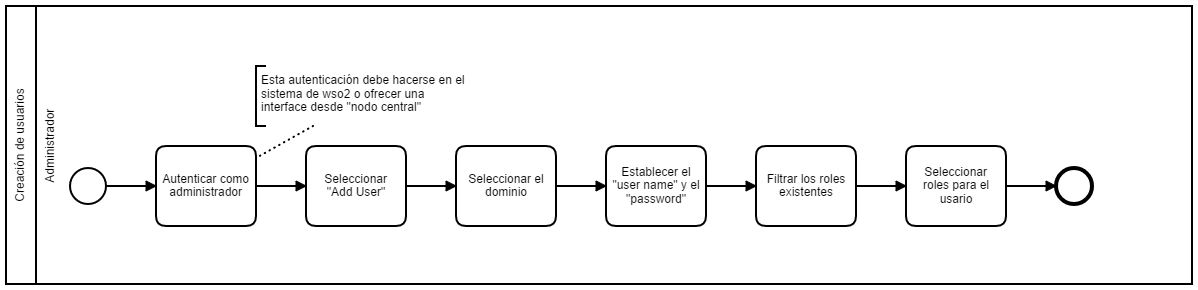
The BPMN diagram configuracion/imagenes/creacion_usuario.png in udistrital/arquitectura_docs, before a commit. Its source is kept beside it as configuracion/imagenes/creacion_usuario.bpmn. Ids are renumbered. Its diagram source:
```xml
<bpmn:definitions xmlns:bpmn="http://www.omg.org/spec/BPMN/20100524/MODEL" xmlns:bpmndi="http://www.omg.org/spec/BPMN/20100524/DI" xmlns:di="http://www.omg.org/spec/DD/20100524/DI" xmlns:dc="http://www.omg.org/spec/DD/20100524/DC" id="Definitions_n1" targetNamespace="http://bpmn.io/schema/bpmn" exporter="Camunda Modeler" exporterVersion="1.14.0">
  <bpmn:collaboration id="Collaboration_n2">
    <bpmn:participant id="Participant_n3" name="Creación de usuarios" processRef="Process_1" />
  </bpmn:collaboration>
  <bpmn:process id="Process_1" isExecutable="true">
    <bpmn:laneSet>
      <bpmn:lane id="Lane_n4" name="Administrador">
        <bpmn:flowNodeRef>StartEvent_1</bpmn:flowNodeRef>
        <bpmn:flowNodeRef>Task_n5</bpmn:flowNodeRef>
        <bpmn:flowNodeRef>Task_n6</bpmn:flowNodeRef>
        <bpmn:flowNodeRef>Task_n7</bpmn:flowNodeRef>
        <bpmn:flowNodeRef>Task_n8</bpmn:flowNodeRef>
        <bpmn:flowNodeRef>Task_n9</bpmn:flowNodeRef>
        <bpmn:flowNodeRef>Task_n10</bpmn:flowNodeRef>
        <bpmn:flowNodeRef>EndEvent_n11</bpmn:flowNodeRef>
      </bpmn:lane>
    </bpmn:laneSet>
    <bpmn:startEvent id="StartEvent_1">
      <bpmn:outgoing>SequenceFlow_n12</bpmn:outgoing>
    </bpmn:startEvent>
    <bpmn:task id="Task_n5" name="Autenticar como administrador">
      <bpmn:incoming>SequenceFlow_n12</bpmn:incoming>
      <bpmn:outgoing>SequenceFlow_n13</bpmn:outgoing>
    </bpmn:task>
    <bpmn:sequenceFlow id="SequenceFlow_n12" sourceRef="StartEvent_1" targetRef="Task_n5" />
    <bpmn:task id="Task_n6" name="Seleccionar &#34;Add User&#34;">
      <bpmn:incoming>SequenceFlow_n13</bpmn:incoming>
      <bpmn:outgoing>SequenceFlow_n14</bpmn:outgoing>
    </bpmn:task>
    <bpmn:sequenceFlow id="SequenceFlow_n13" sourceRef="Task_n5" targetRef="Task_n6" />
    <bpmn:task id="Task_n7" name="Seleccionar el dominio">
      <bpmn:incoming>SequenceFlow_n14</bpmn:incoming>
      <bpmn:outgoing>SequenceFlow_n15</bpmn:outgoing>
    </bpmn:task>
    <bpmn:sequenceFlow id="SequenceFlow_n14" sourceRef="Task_n6" targetRef="Task_n7" />
    <bpmn:task id="Task_n8" name="Establecer el &#34;user name&#34; y el &#34;password&#34;">
      <bpmn:incoming>SequenceFlow_n15</bpmn:incoming>
      <bpmn:outgoing>SequenceFlow_n16</bpmn:outgoing>
    </bpmn:task>
    <bpmn:sequenceFlow id="SequenceFlow_n15" sourceRef="Task_n7" targetRef="Task_n8" />
    <bpmn:task id="Task_n9" name="Filtrar los roles existentes">
      <bpmn:incoming>SequenceFlow_n16</bpmn:incoming>
      <bpmn:outgoing>SequenceFlow_n17</bpmn:outgoing>
    </bpmn:task>
    <bpmn:sequenceFlow id="SequenceFlow_n16" sourceRef="Task_n8" targetRef="Task_n9" />
    <bpmn:task id="Task_n10" name="Seleccionar roles para el usario">
      <bpmn:incoming>SequenceFlow_n17</bpmn:incoming>
      <bpmn:outgoing>SequenceFlow_n18</bpmn:outgoing>
    </bpmn:task>
    <bpmn:sequenceFlow id="SequenceFlow_n17" sourceRef="Task_n9" targetRef="Task_n10" />
    <bpmn:endEvent id="EndEvent_n11">
      <bpmn:incoming>SequenceFlow_n18</bpmn:incoming>
    </bpmn:endEvent>
    <bpmn:sequenceFlow id="SequenceFlow_n18" sourceRef="Task_n10" targetRef="EndEvent_n11" />
    <bpmn:textAnnotation id="TextAnnotation_n19">
      <bpmn:text>Esta autenticación debe hacerse en el sistema de wso2 o ofrecer una interface desde "nodo central"</bpmn:text>
    </bpmn:textAnnotation>
    <bpmn:association id="Association_n20" sourceRef="Task_n5" targetRef="TextAnnotation_n19" />
  </bpmn:process>
  <bpmndi:BPMNDiagram id="BPMNDiagram_1">
    <bpmndi:BPMNPlane id="BPMNPlane_1" bpmnElement="Collaboration_n2">
      <bpmndi:BPMNShape id="Participant_n3_di" bpmnElement="Participant_n3">
        <dc:Bounds x="123" y="-10" width="1186" height="278" />
      </bpmndi:BPMNShape>
      <bpmndi:BPMNShape id="_BPMNShape_StartEvent_2" bpmnElement="StartEvent_1">
        <dc:Bounds x="187" y="152" width="36" height="36" />
        <bpmndi:BPMNLabel>
          <dc:Bounds x="160" y="188" width="90" height="20" />
        </bpmndi:BPMNLabel>
      </bpmndi:BPMNShape>
      <bpmndi:BPMNShape id="Lane_n4_di" bpmnElement="Lane_n4">
        <dc:Bounds x="153" y="-10" width="1156" height="278" />
      </bpmndi:BPMNShape>
      <bpmndi:BPMNShape id="Task_n5_di" bpmnElement="Task_n5">
        <dc:Bounds x="273" y="130" width="100" height="80" />
      </bpmndi:BPMNShape>
      <bpmndi:BPMNEdge id="SequenceFlow_n12_di" bpmnElement="SequenceFlow_n12">
        <di:waypoint x="223" y="170" />
        <di:waypoint x="273" y="170" />
        <bpmndi:BPMNLabel>
          <dc:Bounds x="248" y="149" width="0" height="12" />
        </bpmndi:BPMNLabel>
      </bpmndi:BPMNEdge>
      <bpmndi:BPMNShape id="Task_n6_di" bpmnElement="Task_n6">
        <dc:Bounds x="423" y="130" width="100" height="80" />
      </bpmndi:BPMNShape>
      <bpmndi:BPMNEdge id="SequenceFlow_n13_di" bpmnElement="SequenceFlow_n13">
        <di:waypoint x="373" y="170" />
        <di:waypoint x="423" y="170" />
        <bpmndi:BPMNLabel>
          <dc:Bounds x="398" y="149" width="0" height="12" />
        </bpmndi:BPMNLabel>
      </bpmndi:BPMNEdge>
      <bpmndi:BPMNShape id="Task_n7_di" bpmnElement="Task_n7">
        <dc:Bounds x="573" y="130" width="100" height="80" />
      </bpmndi:BPMNShape>
      <bpmndi:BPMNEdge id="SequenceFlow_n14_di" bpmnElement="SequenceFlow_n14">
        <di:waypoint x="523" y="170" />
        <di:waypoint x="573" y="170" />
        <bpmndi:BPMNLabel>
          <dc:Bounds x="548" y="149" width="0" height="12" />
        </bpmndi:BPMNLabel>
      </bpmndi:BPMNEdge>
      <bpmndi:BPMNShape id="Task_n8_di" bpmnElement="Task_n8">
        <dc:Bounds x="723" y="130" width="100" height="80" />
      </bpmndi:BPMNShape>
      <bpmndi:BPMNEdge id="SequenceFlow_n15_di" bpmnElement="SequenceFlow_n15">
        <di:waypoint x="673" y="170" />
        <di:waypoint x="723" y="170" />
        <bpmndi:BPMNLabel>
          <dc:Bounds x="698" y="149" width="0" height="12" />
        </bpmndi:BPMNLabel>
      </bpmndi:BPMNEdge>
      <bpmndi:BPMNShape id="Task_n9_di" bpmnElement="Task_n9">
        <dc:Bounds x="873" y="130" width="100" height="80" />
      </bpmndi:BPMNShape>
      <bpmndi:BPMNEdge id="SequenceFlow_n16_di" bpmnElement="SequenceFlow_n16">
        <di:waypoint x="823" y="170" />
        <di:waypoint x="873" y="170" />
        <bpmndi:BPMNLabel>
          <dc:Bounds x="848" y="149" width="0" height="12" />
        </bpmndi:BPMNLabel>
      </bpmndi:BPMNEdge>
      <bpmndi:BPMNShape id="Task_n10_di" bpmnElement="Task_n10">
        <dc:Bounds x="1023" y="130" width="100" height="80" />
      </bpmndi:BPMNShape>
      <bpmndi:BPMNEdge id="SequenceFlow_n17_di" bpmnElement="SequenceFlow_n17">
        <di:waypoint x="973" y="170" />
        <di:waypoint x="1023" y="170" />
        <bpmndi:BPMNLabel>
          <dc:Bounds x="998" y="149" width="0" height="12" />
        </bpmndi:BPMNLabel>
      </bpmndi:BPMNEdge>
      <bpmndi:BPMNShape id="EndEvent_n11_di" bpmnElement="EndEvent_n11">
        <dc:Bounds x="1173" y="152" width="36" height="36" />
        <bpmndi:BPMNLabel>
          <dc:Bounds x="1191" y="192" width="0" height="12" />
        </bpmndi:BPMNLabel>
      </bpmndi:BPMNShape>
      <bpmndi:BPMNEdge id="SequenceFlow_n18_di" bpmnElement="SequenceFlow_n18">
        <di:waypoint x="1123" y="170" />
        <di:waypoint x="1173" y="170" />
        <bpmndi:BPMNLabel>
          <dc:Bounds x="1148" y="149" width="0" height="12" />
        </bpmndi:BPMNLabel>
      </bpmndi:BPMNEdge>
      <bpmndi:BPMNShape id="TextAnnotation_n19_di" bpmnElement="TextAnnotation_n19">
        <dc:Bounds x="373" y="50" width="220" height="60" />
      </bpmndi:BPMNShape>
      <bpmndi:BPMNEdge id="Association_n20_di" bpmnElement="Association_n20">
        <di:waypoint x="373" y="142" />
        <di:waypoint x="430" y="110" />
      </bpmndi:BPMNEdge>
    </bpmndi:BPMNPlane>
  </bpmndi:BPMNDiagram>
</bpmn:definitions>
```
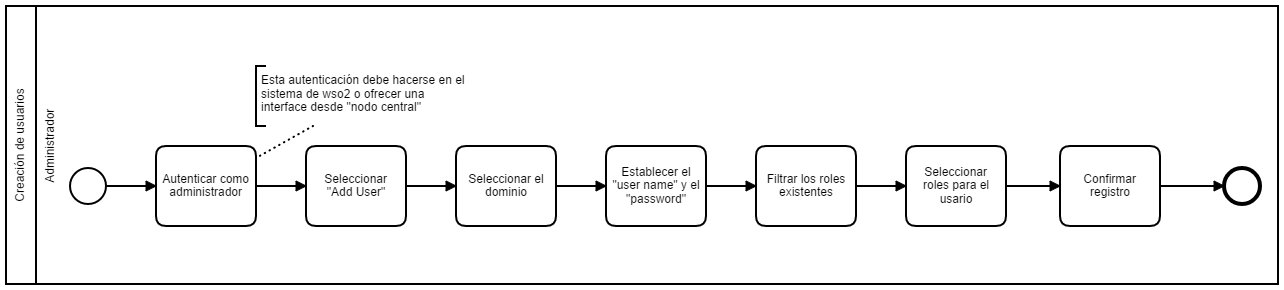
Later version of the same file.

Commit message:
confirmar registro en procesos

Change to the diagram source:
```diff
@@ -12,6 +12,7 @@
         <bpmn:flowNodeRef>Task_n8</bpmn:flowNodeRef>
         <bpmn:flowNodeRef>Task_n9</bpmn:flowNodeRef>
         <bpmn:flowNodeRef>Task_n10</bpmn:flowNodeRef>
+        <bpmn:flowNodeRef>Task_n21</bpmn:flowNodeRef>
         <bpmn:flowNodeRef>EndEvent_n11</bpmn:flowNodeRef>
       </bpmn:lane>
     </bpmn:laneSet>
@@ -45,13 +46,18 @@
     <bpmn:sequenceFlow id="SequenceFlow_n16" sourceRef="Task_n8" targetRef="Task_n9" />
     <bpmn:task id="Task_n10" name="Seleccionar roles para el usario">
       <bpmn:incoming>SequenceFlow_n17</bpmn:incoming>
-      <bpmn:outgoing>SequenceFlow_n18</bpmn:outgoing>
+      <bpmn:outgoing>SequenceFlow_n22</bpmn:outgoing>
     </bpmn:task>
     <bpmn:sequenceFlow id="SequenceFlow_n17" sourceRef="Task_n9" targetRef="Task_n10" />
+    <bpmn:task id="Task_n21" name="Confirmar registro">
+      <bpmn:incoming>SequenceFlow_n22</bpmn:incoming>
+      <bpmn:outgoing>SequenceFlow_n23</bpmn:outgoing>
+    </bpmn:task>
     <bpmn:endEvent id="EndEvent_n11">
-      <bpmn:incoming>SequenceFlow_n18</bpmn:incoming>
+      <bpmn:incoming>SequenceFlow_n23</bpmn:incoming>
     </bpmn:endEvent>
-    <bpmn:sequenceFlow id="SequenceFlow_n18" sourceRef="Task_n10" targetRef="EndEvent_n11" />
+    <bpmn:sequenceFlow id="SequenceFlow_n22" sourceRef="Task_n10" targetRef="Task_n21" />
+    <bpmn:sequenceFlow id="SequenceFlow_n23" sourceRef="Task_n21" targetRef="EndEvent_n11" />
     <bpmn:textAnnotation id="TextAnnotation_n19">
       <bpmn:text>Esta autenticación debe hacerse en el sistema de wso2 o ofrecer una interface desde "nodo central"</bpmn:text>
     </bpmn:textAnnotation>
@@ -60,7 +66,7 @@
   <bpmndi:BPMNDiagram id="BPMNDiagram_1">
     <bpmndi:BPMNPlane id="BPMNPlane_1" bpmnElement="Collaboration_n2">
       <bpmndi:BPMNShape id="Participant_n3_di" bpmnElement="Participant_n3">
-        <dc:Bounds x="123" y="-10" width="1186" height="278" />
+        <dc:Bounds x="123" y="-10" width="1272" height="278" />
       </bpmndi:BPMNShape>
       <bpmndi:BPMNShape id="_BPMNShape_StartEvent_2" bpmnElement="StartEvent_1">
         <dc:Bounds x="187" y="152" width="36" height="36" />
@@ -69,7 +75,7 @@
         </bpmndi:BPMNLabel>
       </bpmndi:BPMNShape>
       <bpmndi:BPMNShape id="Lane_n4_di" bpmnElement="Lane_n4">
-        <dc:Bounds x="153" y="-10" width="1156" height="278" />
+        <dc:Bounds x="153" y="-10" width="1242" height="278" />
       </bpmndi:BPMNShape>
       <bpmndi:BPMNShape id="Task_n5_di" bpmnElement="Task_n5">
         <dc:Bounds x="273" y="130" width="100" height="80" />
@@ -132,18 +138,11 @@
         </bpmndi:BPMNLabel>
       </bpmndi:BPMNEdge>
       <bpmndi:BPMNShape id="EndEvent_n11_di" bpmnElement="EndEvent_n11">
-        <dc:Bounds x="1173" y="152" width="36" height="36" />
+        <dc:Bounds x="1341" y="152" width="36" height="36" />
         <bpmndi:BPMNLabel>
-          <dc:Bounds x="1191" y="192" width="0" height="12" />
+          <dc:Bounds x="1314" y="192" width="90" height="12" />
         </bpmndi:BPMNLabel>
       </bpmndi:BPMNShape>
-      <bpmndi:BPMNEdge id="SequenceFlow_n18_di" bpmnElement="SequenceFlow_n18">
-        <di:waypoint x="1123" y="170" />
-        <di:waypoint x="1173" y="170" />
-        <bpmndi:BPMNLabel>
-          <dc:Bounds x="1148" y="149" width="0" height="12" />
-        </bpmndi:BPMNLabel>
-      </bpmndi:BPMNEdge>
       <bpmndi:BPMNShape id="TextAnnotation_n19_di" bpmnElement="TextAnnotation_n19">
         <dc:Bounds x="373" y="50" width="220" height="60" />
       </bpmndi:BPMNShape>
@@ -151,6 +150,23 @@
         <di:waypoint x="373" y="142" />
         <di:waypoint x="430" y="110" />
       </bpmndi:BPMNEdge>
+      <bpmndi:BPMNShape id="Task_n21_di" bpmnElement="Task_n21">
+        <dc:Bounds x="1177" y="130" width="100" height="80" />
+      </bpmndi:BPMNShape>
+      <bpmndi:BPMNEdge id="SequenceFlow_n22_di" bpmnElement="SequenceFlow_n22">
+        <di:waypoint x="1123" y="170" />
+        <di:waypoint x="1177" y="170" />
+        <bpmndi:BPMNLabel>
+          <dc:Bounds x="1150" y="149" width="0" height="12" />
+        </bpmndi:BPMNLabel>
+      </bpmndi:BPMNEdge>
+      <bpmndi:BPMNEdge id="SequenceFlow_n23_di" bpmnElement="SequenceFlow_n23">
+        <di:waypoint x="1277" y="170" />
+        <di:waypoint x="1341" y="170" />
+        <bpmndi:BPMNLabel>
+          <dc:Bounds x="1309" y="149" width="0" height="12" />
+        </bpmndi:BPMNLabel>
+      </bpmndi:BPMNEdge>
     </bpmndi:BPMNPlane>
   </bpmndi:BPMNDiagram>
 </bpmn:definitions>
```
